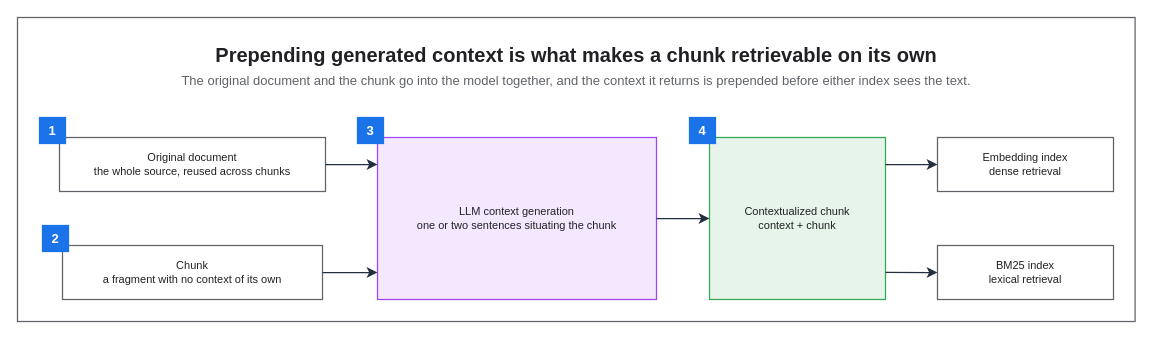
Before: assets/img/ai/rag-02-contextual-retrieval.drawio in KKamJi98/kkamji98.github.io, a draw.io diagram. Source tidied: cells renumbered, new cells numbered last; positions are measured from the earlier drawing's top-left corner, leaving out a move shared by most shapes. Both pictures are drawn from the tidied source at 100%, with x=0, y=0 at pixel (17, 17).
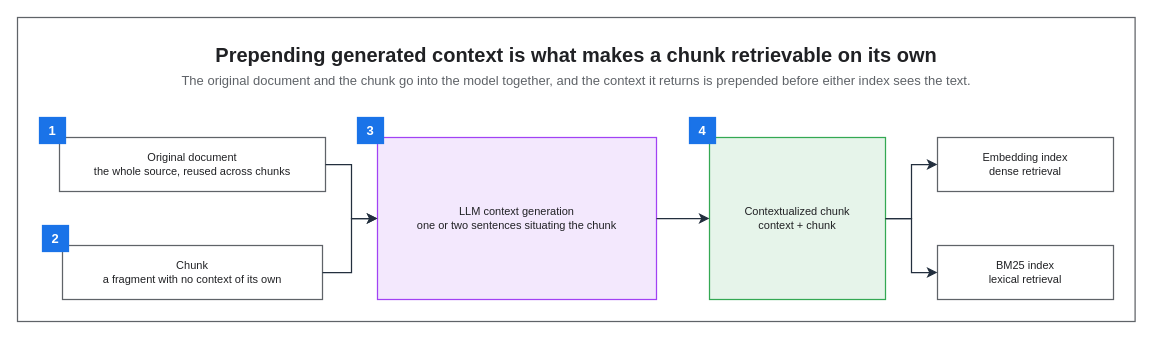
After the change.

The change refers to these unchanged cells:
```xml
<mxCell id="5" value="Original document&#10;the whole source, reused across chunks" style="rounded=0;whiteSpace=wrap;html=0;fillColor=#FFFFFF;strokeColor=#5F6368;fontColor=#202124;fontSize=11;fontStyle=0;align=center;verticalAlign=middle;spacingLeft=6;spacingRight=6;strokeWidth=1.25;" parent="1" vertex="1">
  <mxGeometry x="42" y="120" width="266" height="54" as="geometry" />
</mxCell>
<mxCell id="6" value="Chunk&#10;a fragment with no context of its own" style="rounded=0;whiteSpace=wrap;html=0;fillColor=#FFFFFF;strokeColor=#5F6368;fontColor=#202124;fontSize=11;fontStyle=0;align=center;verticalAlign=middle;spacingLeft=6;spacingRight=6;strokeWidth=1.25;" parent="1" vertex="1">
  <mxGeometry x="45" y="228" width="260" height="54" as="geometry" />
</mxCell>
<mxCell id="7" value="LLM context generation&#10;one or two sentences situating the chunk" style="rounded=0;whiteSpace=wrap;html=0;fillColor=#F3E8FD;strokeColor=#A142F4;fontColor=#202124;fontSize=11;fontStyle=0;align=center;verticalAlign=middle;spacingLeft=6;spacingRight=6;strokeWidth=1.25;" parent="1" vertex="1">
  <mxGeometry x="360" y="120" width="279" height="162" as="geometry" />
</mxCell>
<mxCell id="8" value="Contextualized chunk&#10;context + chunk" style="rounded=0;whiteSpace=wrap;html=0;fillColor=#E6F4EA;strokeColor=#34A853;fontColor=#202124;fontSize=11;fontStyle=0;align=center;verticalAlign=middle;spacingLeft=6;spacingRight=6;strokeWidth=1.25;" parent="1" vertex="1">
  <mxGeometry x="692" y="120" width="176" height="162" as="geometry" />
</mxCell>
<mxCell id="9" value="Embedding index&#10;dense retrieval" style="rounded=0;whiteSpace=wrap;html=0;fillColor=#FFFFFF;strokeColor=#5F6368;fontColor=#202124;fontSize=11;fontStyle=0;align=center;verticalAlign=middle;spacingLeft=6;spacingRight=6;strokeWidth=1.25;" parent="1" vertex="1">
  <mxGeometry x="920" y="120" width="176" height="54" as="geometry" />
</mxCell>
<mxCell id="10" value="BM25 index&#10;lexical retrieval" style="rounded=0;whiteSpace=wrap;html=0;fillColor=#FFFFFF;strokeColor=#5F6368;fontColor=#202124;fontSize=11;fontStyle=0;align=center;verticalAlign=middle;spacingLeft=6;spacingRight=6;strokeWidth=1.25;" parent="1" vertex="1">
  <mxGeometry x="920" y="228" width="176" height="54" as="geometry" />
</mxCell>
```

What changed in the source:
```diff
@@
-    <mxCell id="15" style="edgeStyle=orthogonalEdgeStyle;rounded=0;html=0;strokeColor=#232F3E;strokeWidth=1.25;endArrow=classic;endFill=1;endSize=7;fontSize=11;fontColor=#202124;labelBackgroundColor=none;jettySize=14;exitX=1;exitY=0.5;entryX=0;entryY=0.1667;exitDx=0;exitDy=0;entryDx=0;entryDy=0;" parent="1" edge="1" source="5" target="7">
-      <mxGeometry relative="1" as="geometry" />
+    <mxCell id="15" style="edgeStyle=orthogonalEdgeStyle;rounded=0;html=0;strokeColor=#232F3E;strokeWidth=1.25;endArrow=classic;endFill=1;endSize=7;fontSize=11;fontColor=#202124;labelBackgroundColor=none;jettySize=14;exitX=1;exitY=0.5;entryX=0;entryY=0.5;exitDx=0;exitDy=0;entryDx=0;entryDy=0;" parent="1" edge="1" source="5" target="7">
+      <mxGeometry relative="1" as="geometry">
+        <Array as="points">
+          <mxPoint x="334" y="147" />
+          <mxPoint x="334" y="201" />
+        </Array>
+      </mxGeometry>
     </mxCell>
-    <mxCell id="16" style="edgeStyle=orthogonalEdgeStyle;rounded=0;html=0;strokeColor=#232F3E;strokeWidth=1.25;endArrow=classic;endFill=1;endSize=7;fontSize=11;fontColor=#202124;labelBackgroundColor=none;jettySize=14;exitX=1;exitY=0.5;entryX=0;entryY=0.8333;exitDx=0;exitDy=0;entryDx=0;entryDy=0;" parent="1" edge="1" source="6" target="7">
-      <mxGeometry relative="1" as="geometry" />
+    <mxCell id="16" style="edgeStyle=orthogonalEdgeStyle;rounded=0;html=0;strokeColor=#232F3E;strokeWidth=1.25;endArrow=classic;endFill=1;endSize=7;fontSize=11;fontColor=#202124;labelBackgroundColor=none;jettySize=14;exitX=1;exitY=0.5;entryX=0;entryY=0.5;exitDx=0;exitDy=0;entryDx=0;entryDy=0;" parent="1" edge="1" source="6" target="7">
+      <mxGeometry relative="1" as="geometry">
+        <Array as="points">
+          <mxPoint x="334" y="255" />
+          <mxPoint x="334" y="201" />
+        </Array>
+      </mxGeometry>
     </mxCell>
@@
-    <mxCell id="18" style="edgeStyle=orthogonalEdgeStyle;rounded=0;html=0;strokeColor=#232F3E;strokeWidth=1.25;endArrow=classic;endFill=1;endSize=7;fontSize=11;fontColor=#202124;labelBackgroundColor=none;jettySize=14;exitX=1;exitY=0.1667;entryX=0;entryY=0.5;exitDx=0;exitDy=0;entryDx=0;entryDy=0;" parent="1" edge="1" source="8" target="9">
-      <mxGeometry relative="1" as="geometry" />
+    <mxCell id="18" style="edgeStyle=orthogonalEdgeStyle;rounded=0;html=0;strokeColor=#232F3E;strokeWidth=1.25;endArrow=classic;endFill=1;endSize=7;fontSize=11;fontColor=#202124;labelBackgroundColor=none;jettySize=14;exitX=1;exitY=0.5;entryX=0;entryY=0.5;exitDx=0;exitDy=0;entryDx=0;entryDy=0;" parent="1" edge="1" source="8" target="9">
+      <mxGeometry relative="1" as="geometry">
+        <Array as="points">
+          <mxPoint x="894" y="201" />
+          <mxPoint x="894" y="147" />
+        </Array>
+      </mxGeometry>
     </mxCell>
-    <mxCell id="19" style="edgeStyle=orthogonalEdgeStyle;rounded=0;html=0;strokeColor=#232F3E;strokeWidth=1.25;endArrow=classic;endFill=1;endSize=7;fontSize=11;fontColor=#202124;labelBackgroundColor=none;jettySize=14;exitX=1;exitY=0.8333;entryX=0;entryY=0.5;exitDx=0;exitDy=0;entryDx=0;entryDy=0;" parent="1" edge="1" source="8" target="10">
-      <mxGeometry relative="1" as="geometry" />
+    <mxCell id="19" style="edgeStyle=orthogonalEdgeStyle;rounded=0;html=0;strokeColor=#232F3E;strokeWidth=1.25;endArrow=classic;endFill=1;endSize=7;fontSize=11;fontColor=#202124;labelBackgroundColor=none;jettySize=14;exitX=1;exitY=0.5;entryX=0;entryY=0.5;exitDx=0;exitDy=0;entryDx=0;entryDy=0;" parent="1" edge="1" source="8" target="10">
+      <mxGeometry relative="1" as="geometry">
+        <Array as="points">
+          <mxPoint x="894" y="201" />
+          <mxPoint x="894" y="255" />
+        </Array>
+      </mxGeometry>
     </mxCell>
```
